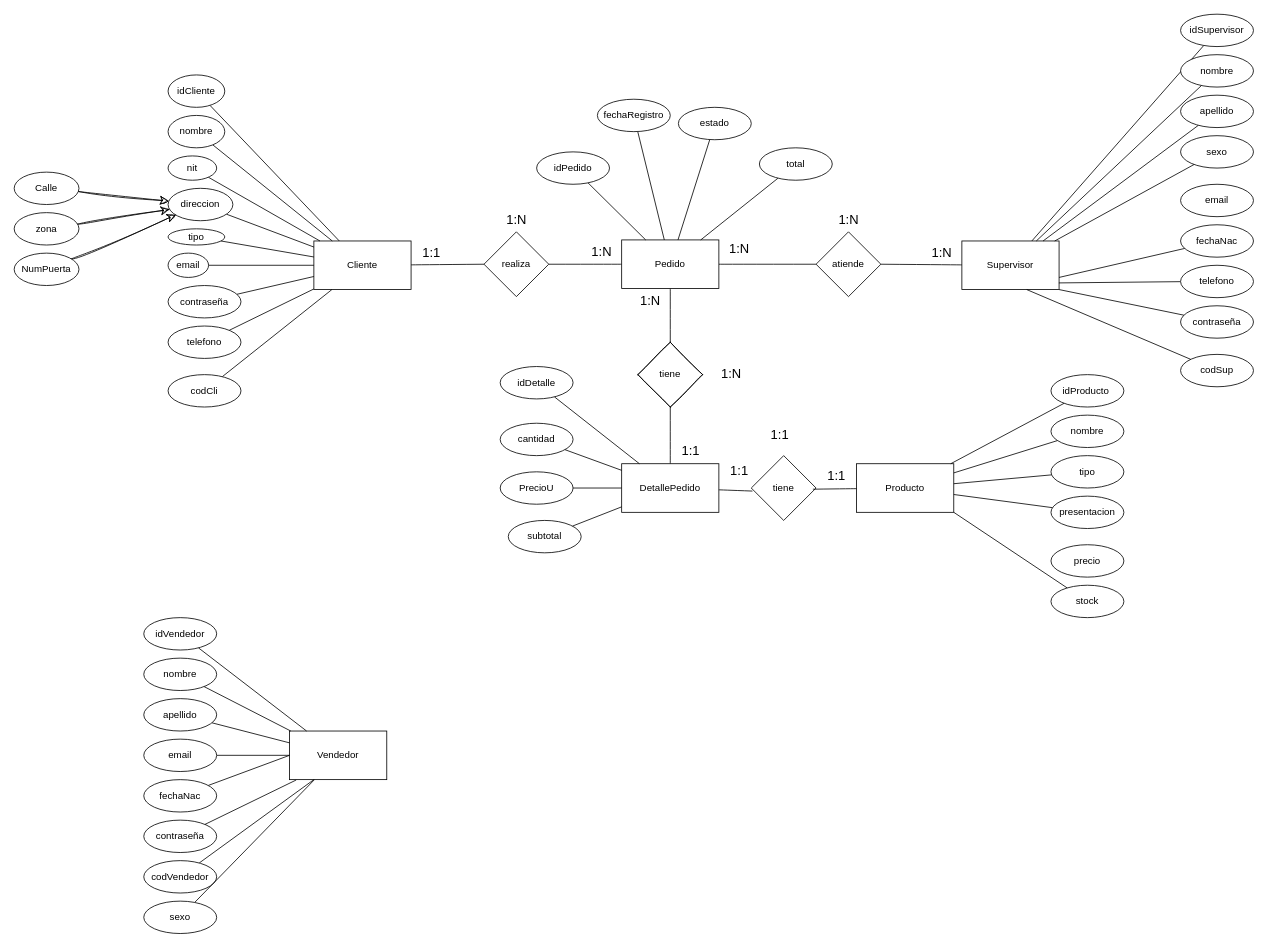
Above: CBN VENTAS (1).drawio in EliasLopez09/Estructura-de-Datos- (draw.io), before the change. Source tidied: cells renumbered, new cells numbered last; positions are measured from the earlier drawing's top-left corner, leaving out a move shared by most shapes. Both pictures are drawn from the tidied source at 81%, with x=0, y=0 at pixel (14, 14).
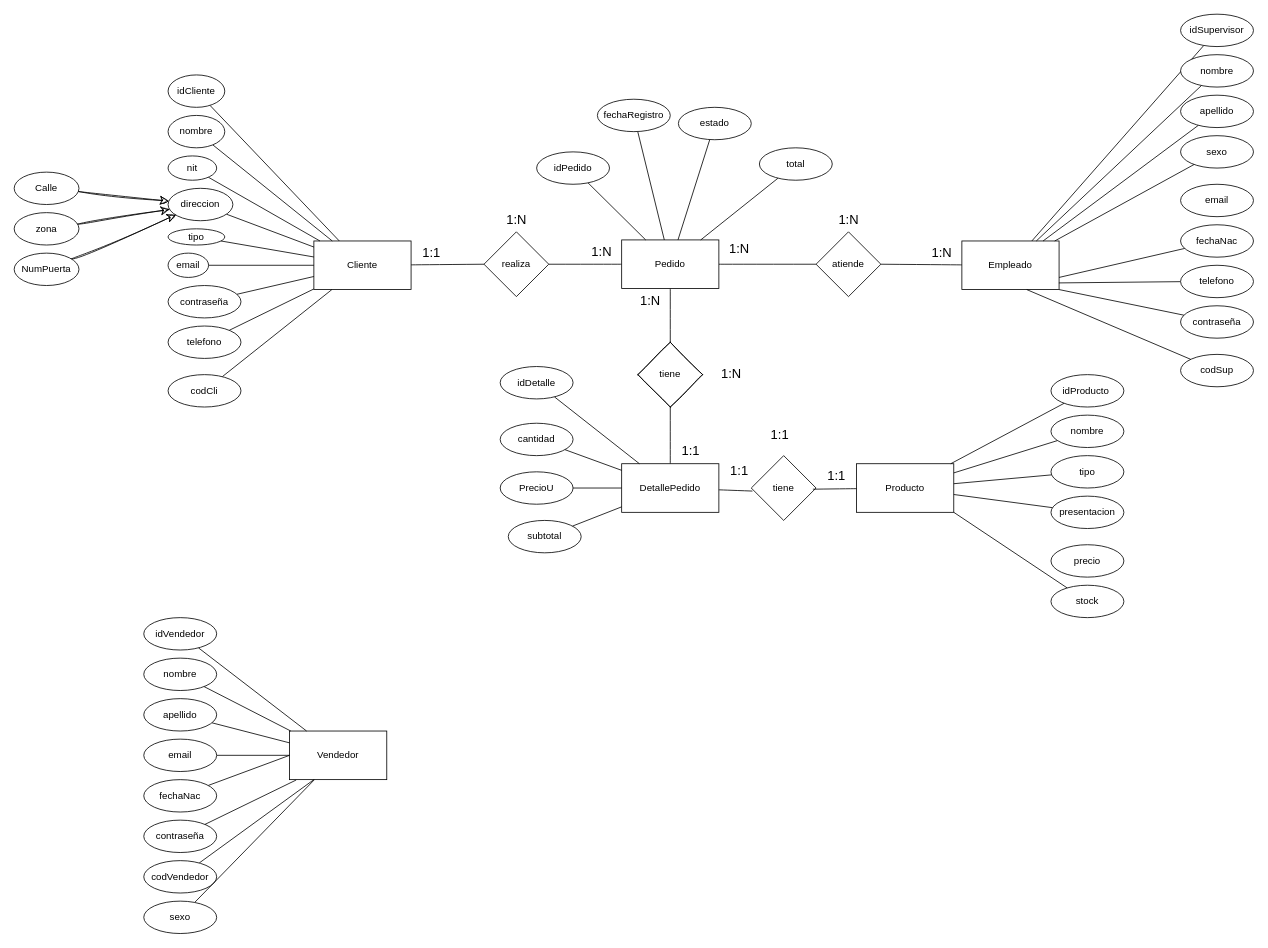
The same page after the edit.

Commit message:
Actualizar CBN VENTAS.drawio

Change to the diagram source:
```diff
@@
-    <mxCell id="5" value="&lt;font face=&quot;Helvetica&quot;&gt;Supervisor&lt;/font&gt;" style="rounded=0;whiteSpace=wrap;html=1;hachureGap=4;fontFamily=Architects Daughter;" parent="1" vertex="1">
+    <mxCell id="5" value="&lt;font face=&quot;Helvetica&quot;&gt;Empleado&lt;/font&gt;" style="rounded=0;whiteSpace=wrap;html=1;hachureGap=4;fontFamily=Architects Daughter;" parent="1" vertex="1">
       <mxGeometry x="1170" y="280" width="120" height="60" as="geometry" />
     </mxCell>
```
